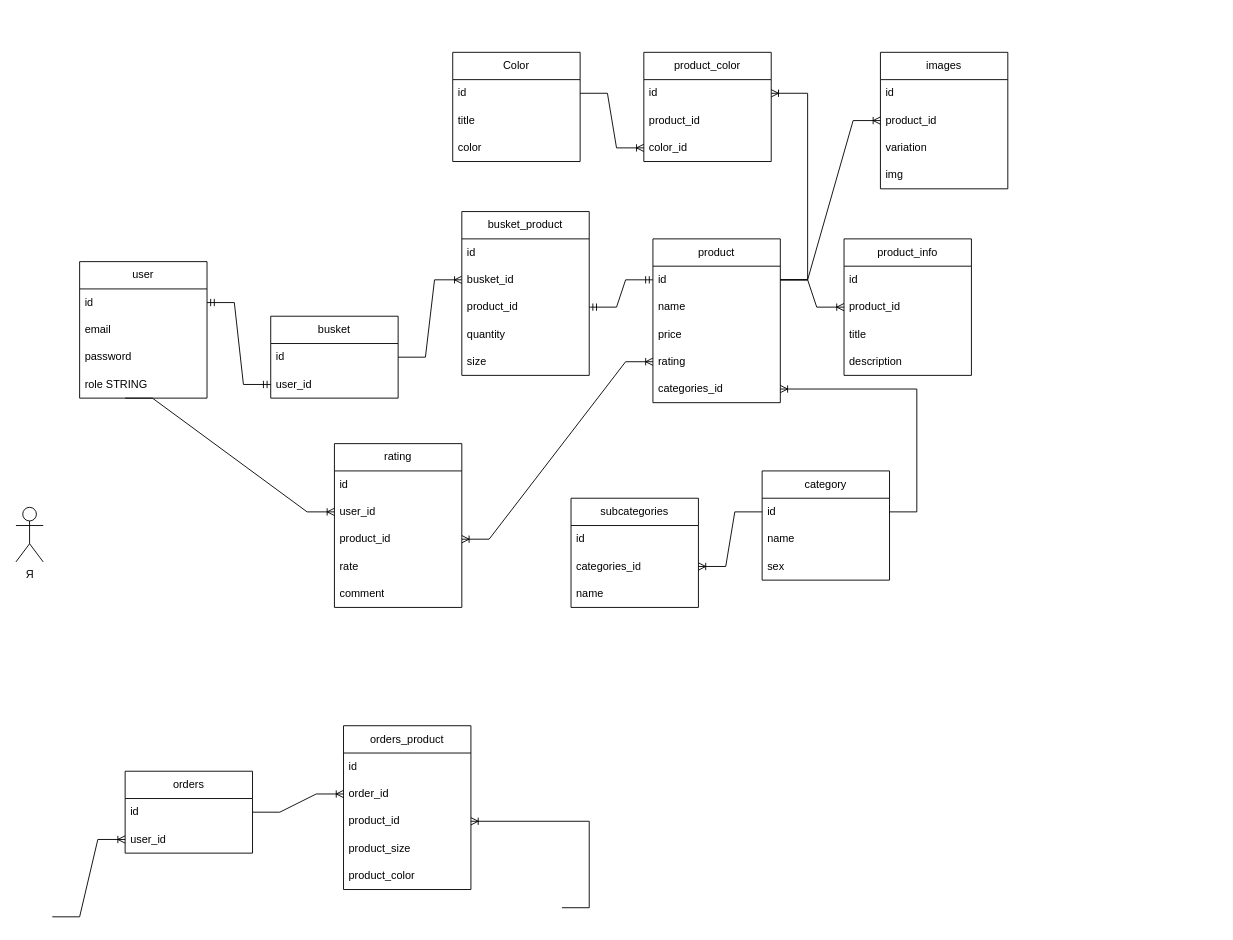
Earlier version of the draw.io diagram diagram.drawio (danilkass/clothes-shop). Source tidied: cells renumbered, new cells numbered last; positions are measured from the earlier drawing's top-left corner, leaving out a move shared by most shapes. Both pictures are drawn from the tidied source at 91%, with x=0, y=0 at pixel (15, 52).
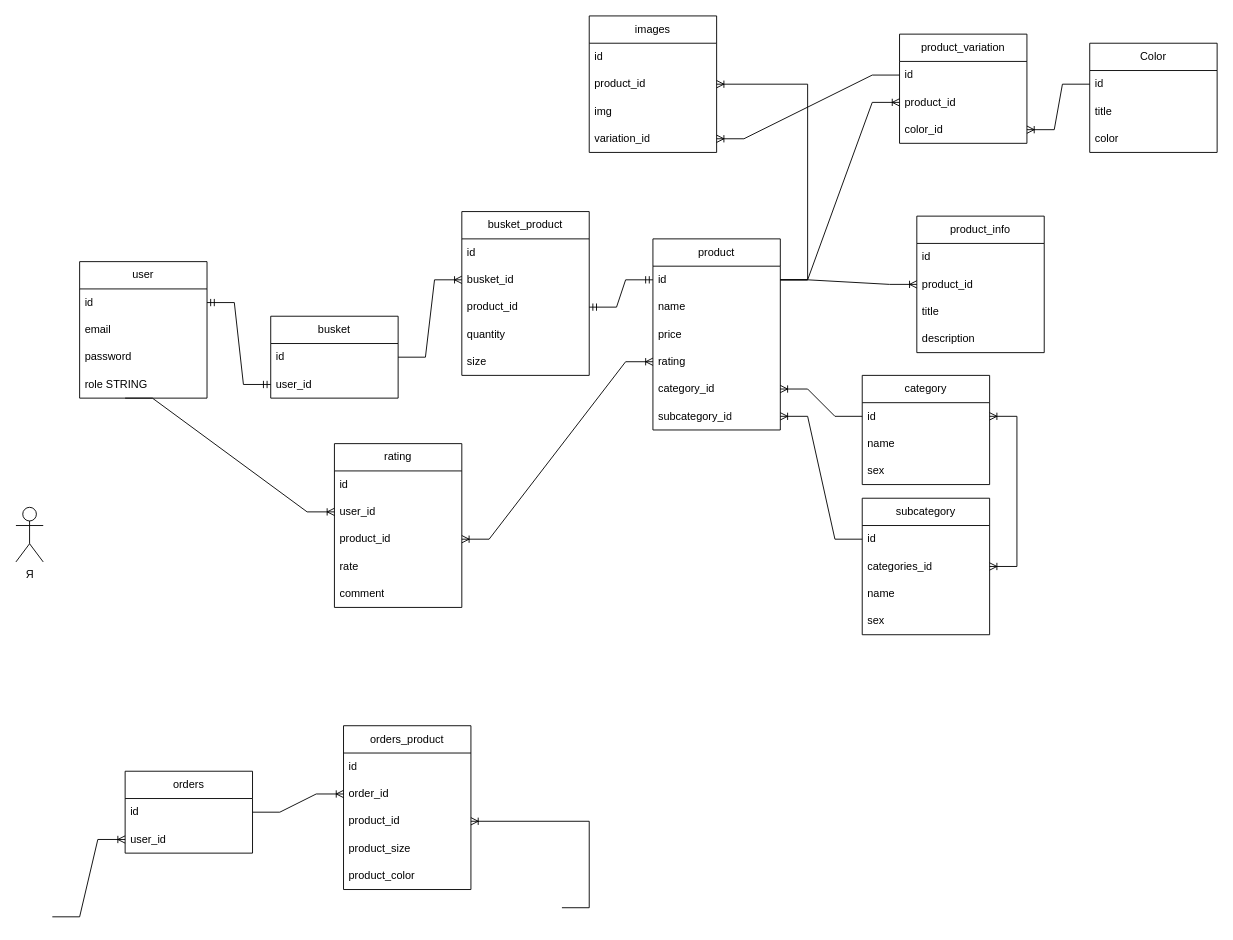
Above is the later version.

The change refers to these unchanged cells:
```xml
<mxCell id="12" value="id" style="text;strokeColor=none;fillColor=none;align=left;verticalAlign=middle;spacingLeft=4;spacingRight=4;overflow=hidden;points=[[0,0.5],[1,0.5]];portConstraint=eastwest;whiteSpace=wrap;html=1;" parent="11" vertex="1">
  <mxGeometry y="30" width="140" height="30" as="geometry" />
</mxCell>
<mxCell id="18" value="id" style="text;strokeColor=none;fillColor=none;align=left;verticalAlign=middle;spacingLeft=4;spacingRight=4;overflow=hidden;points=[[0,0.5],[1,0.5]];portConstraint=eastwest;whiteSpace=wrap;html=1;" parent="17" vertex="1">
  <mxGeometry y="30" width="140" height="30" as="geometry" />
</mxCell>
<mxCell id="45" value="id" style="text;strokeColor=none;fillColor=none;align=left;verticalAlign=middle;spacingLeft=4;spacingRight=4;overflow=hidden;points=[[0,0.5],[1,0.5]];portConstraint=eastwest;whiteSpace=wrap;html=1;" parent="44" vertex="1">
  <mxGeometry y="30" width="140" height="30" as="geometry" />
</mxCell>
<mxCell id="46" value="categories_id" style="text;strokeColor=none;fillColor=none;align=left;verticalAlign=middle;spacingLeft=4;spacingRight=4;overflow=hidden;points=[[0,0.5],[1,0.5]];portConstraint=eastwest;whiteSpace=wrap;html=1;" parent="44" vertex="1">
  <mxGeometry y="60" width="140" height="30" as="geometry" />
</mxCell>
<mxCell id="73" value="id" style="text;strokeColor=none;fillColor=none;align=left;verticalAlign=middle;spacingLeft=4;spacingRight=4;overflow=hidden;points=[[0,0.5],[1,0.5]];portConstraint=eastwest;whiteSpace=wrap;html=1;" parent="72" vertex="1">
  <mxGeometry y="30" width="140" height="30" as="geometry" />
</mxCell>
<mxCell id="74" value="product_id" style="text;strokeColor=none;fillColor=none;align=left;verticalAlign=middle;spacingLeft=4;spacingRight=4;overflow=hidden;points=[[0,0.5],[1,0.5]];portConstraint=eastwest;whiteSpace=wrap;html=1;" parent="72" vertex="1">
  <mxGeometry y="60" width="140" height="30" as="geometry" />
</mxCell>
```

Diff of the diagram source:
```diff
@@
     <mxCell id="11" value="product" style="swimlane;fontStyle=0;horizontal=1;startSize=30;whiteSpace=wrap;html=1;" parent="1" vertex="1">
-      <mxGeometry x="700" y="205" width="140" height="180" as="geometry" />
+      <mxGeometry x="700" y="205" width="140" height="210" as="geometry" />
     </mxCell>
@@
-    <mxCell id="16" value="categories_id" style="text;strokeColor=none;fillColor=none;align=left;verticalAlign=middle;spacingLeft=4;spacingRight=4;overflow=hidden;points=[[0,0.5],[1,0.5]];portConstraint=eastwest;whiteSpace=wrap;html=1;" parent="11" vertex="1">
+    <mxCell id="16" value="category_id" style="text;strokeColor=none;fillColor=none;align=left;verticalAlign=middle;spacingLeft=4;spacingRight=4;overflow=hidden;points=[[0,0.5],[1,0.5]];portConstraint=eastwest;whiteSpace=wrap;html=1;" parent="11" vertex="1">
       <mxGeometry y="150" width="140" height="30" as="geometry" />
     </mxCell>
+    <mxCell id="78" value="subcategory_id" style="text;strokeColor=none;fillColor=none;align=left;verticalAlign=middle;spacingLeft=4;spacingRight=4;overflow=hidden;points=[[0,0.5],[1,0.5]];portConstraint=eastwest;whiteSpace=wrap;html=1;" parent="11" vertex="1">
+      <mxGeometry y="180" width="140" height="30" as="geometry" />
+    </mxCell>
     <mxCell id="17" value="category" style="swimlane;fontStyle=0;horizontal=1;startSize=30;whiteSpace=wrap;html=1;" parent="1" vertex="1">
-      <mxGeometry x="820" y="460" width="140" height="120" as="geometry" />
+      <mxGeometry x="930" y="355" width="140" height="120" as="geometry" />
     </mxCell>
@@
     <mxCell id="21" style="edgeStyle=entityRelationEdgeStyle;fontSize=12;html=1;endArrow=ERoneToMany;rounded=0;" parent="1" edge="1" source="18" target="16">
       <mxGeometry relative="1" as="geometry">
         <Array as="points">
-          <mxPoint x="890" y="715" />
-          <mxPoint x="920" y="470" />
-          <mxPoint x="820" y="470" />
-          <mxPoint x="850" y="470" />
-          <mxPoint x="670" y="460" />
-          <mxPoint x="890" y="570" />
-          <mxPoint x="850" y="400" />
-          <mxPoint x="890" y="420" />
-          <mxPoint x="900" y="570" />
+          <mxPoint x="1040" y="735" />
+          <mxPoint x="1070" y="490" />
+          <mxPoint x="970" y="490" />
+          <mxPoint x="1000" y="490" />
+          <mxPoint x="820" y="480" />
+          <mxPoint x="1040" y="590" />
+          <mxPoint x="1000" y="420" />
+          <mxPoint x="1040" y="440" />
+          <mxPoint x="1050" y="590" />
         </Array>
       </mxGeometry>
     </mxCell>
     <mxCell id="22" value="product_info" style="swimlane;fontStyle=0;horizontal=1;startSize=30;whiteSpace=wrap;html=1;" parent="1" vertex="1">
-      <mxGeometry x="910" y="205" width="140" height="150" as="geometry" />
+      <mxGeometry x="990" y="180" width="140" height="150" as="geometry" />
     </mxCell>
@@
-    <mxCell id="44" value="subcategories" style="swimlane;fontStyle=0;horizontal=1;startSize=30;whiteSpace=wrap;html=1;" parent="1" vertex="1">
-      <mxGeometry x="610" y="490" width="140" height="120" as="geometry" />
+    <mxCell id="44" value="subcategory" style="swimlane;fontStyle=0;horizontal=1;startSize=30;whiteSpace=wrap;html=1;" parent="1" vertex="1">
+      <mxGeometry x="930" y="490" width="140" height="150" as="geometry" />
     </mxCell>
@@
+    <mxCell id="79" value="sex" style="text;strokeColor=none;fillColor=none;align=left;verticalAlign=middle;spacingLeft=4;spacingRight=4;overflow=hidden;whiteSpace=wrap;html=1;" parent="44" vertex="1">
+      <mxGeometry y="120" width="140" height="30" as="geometry" />
+    </mxCell>
-    <mxCell id="48" style="edgeStyle=entityRelationEdgeStyle;fontSize=12;html=1;endArrow=ERoneToMany;rounded=0;" parent="1" edge="1" source="18" target="46">
+    <mxCell id="48" style="fontSize=12;html=1;endArrow=ERoneToMany;rounded=0;edgeStyle=entityRelationEdgeStyle;elbow=vertical;" parent="1" edge="1" source="45" target="78">
       <mxGeometry relative="1" as="geometry">
         <Array as="points">
-          <mxPoint x="930" y="895" />
-          <mxPoint x="930" y="750" />
-          <mxPoint x="890" y="580" />
-          <mxPoint x="930" y="600" />
-          <mxPoint x="940" y="750" />
+          <mxPoint x="680" y="470" />
+          <mxPoint x="800" y="510" />
         </Array>
       </mxGeometry>
     </mxCell>
@@
     <mxCell id="50" value="images" style="swimlane;fontStyle=0;horizontal=1;startSize=30;whiteSpace=wrap;html=1;" parent="1" vertex="1">
-      <mxGeometry x="950" width="140" height="150" as="geometry" />
+      <mxGeometry x="630" y="-40" width="140" height="150" as="geometry" />
     </mxCell>
@@
-    <mxCell id="53" value="variation" style="text;strokeColor=none;fillColor=none;align=left;verticalAlign=middle;spacingLeft=4;spacingRight=4;overflow=hidden;whiteSpace=wrap;html=1;" parent="50" vertex="1">
-      <mxGeometry y="90" width="140" height="30" as="geometry" />
-    </mxCell>
     <mxCell id="54" value="img" style="text;strokeColor=none;fillColor=none;align=left;verticalAlign=middle;spacingLeft=4;spacingRight=4;overflow=hidden;whiteSpace=wrap;html=1;" parent="50" vertex="1">
-      <mxGeometry y="120" width="140" height="30" as="geometry" />
+      <mxGeometry y="90" width="140" height="30" as="geometry" />
     </mxCell>
+    <mxCell id="80" value="variation_id" style="text;strokeColor=none;fillColor=none;align=left;verticalAlign=middle;spacingLeft=4;spacingRight=4;overflow=hidden;points=[[0,0.5],[1,0.5]];portConstraint=eastwest;whiteSpace=wrap;html=1;" parent="50" vertex="1">
+      <mxGeometry y="120" width="140" height="30" as="geometry" />
+    </mxCell>
@@
     <mxCell id="68" value="Color" style="swimlane;fontStyle=0;horizontal=1;startSize=30;whiteSpace=wrap;html=1;" parent="1" vertex="1">
-      <mxGeometry x="480" width="140" height="120" as="geometry" />
+      <mxGeometry x="1180" y="-10" width="140" height="120" as="geometry" />
     </mxCell>
@@
-    <mxCell id="72" value="product_color" style="swimlane;fontStyle=0;horizontal=1;startSize=30;whiteSpace=wrap;html=1;" parent="1" vertex="1">
-      <mxGeometry x="690" width="140" height="120" as="geometry" />
+    <mxCell id="72" value="product_variation" style="swimlane;fontStyle=0;horizontal=1;startSize=30;whiteSpace=wrap;html=1;" parent="1" vertex="1">
+      <mxGeometry x="971" y="-20" width="140" height="120" as="geometry" />
     </mxCell>
@@
-    <mxCell id="76" style="edgeStyle=entityRelationEdgeStyle;fontSize=12;html=1;endArrow=ERoneToMany;rounded=0;" parent="1" edge="1" source="12" target="73">
+    <mxCell id="76" style="edgeStyle=entityRelationEdgeStyle;fontSize=12;html=1;endArrow=ERoneToMany;rounded=0;" parent="1" edge="1" source="12" target="74">
       <mxGeometry relative="1" as="geometry">
         <Array as="points">
           <mxPoint x="1260" y="650" />
           <mxPoint x="1260" y="505" />
           <mxPoint x="1220" y="335" />
           <mxPoint x="1260" y="355" />
           <mxPoint x="1270" y="505" />
         </Array>
       </mxGeometry>
     </mxCell>
@@
+    <mxCell id="81" style="edgeStyle=entityRelationEdgeStyle;fontSize=12;html=1;endArrow=ERoneToMany;startArrow=ERoneToMany;rounded=0;startFill=0;endFill=0;" parent="1" edge="1" source="46" target="18">
+      <mxGeometry relative="1" as="geometry" />
+    </mxCell>
+    <mxCell id="82" style="edgeStyle=entityRelationEdgeStyle;fontSize=12;html=1;endArrow=ERoneToMany;rounded=0;" parent="1" edge="1" source="73" target="80">
+      <mxGeometry relative="1" as="geometry">
+        <Array as="points">
+          <mxPoint x="-269" y="310" />
+          <mxPoint x="-269" y="165" />
+          <mxPoint x="-309" y="-5" />
+          <mxPoint x="-269" y="15" />
+          <mxPoint x="-259" y="165" />
+        </Array>
+      </mxGeometry>
+    </mxCell>
```
